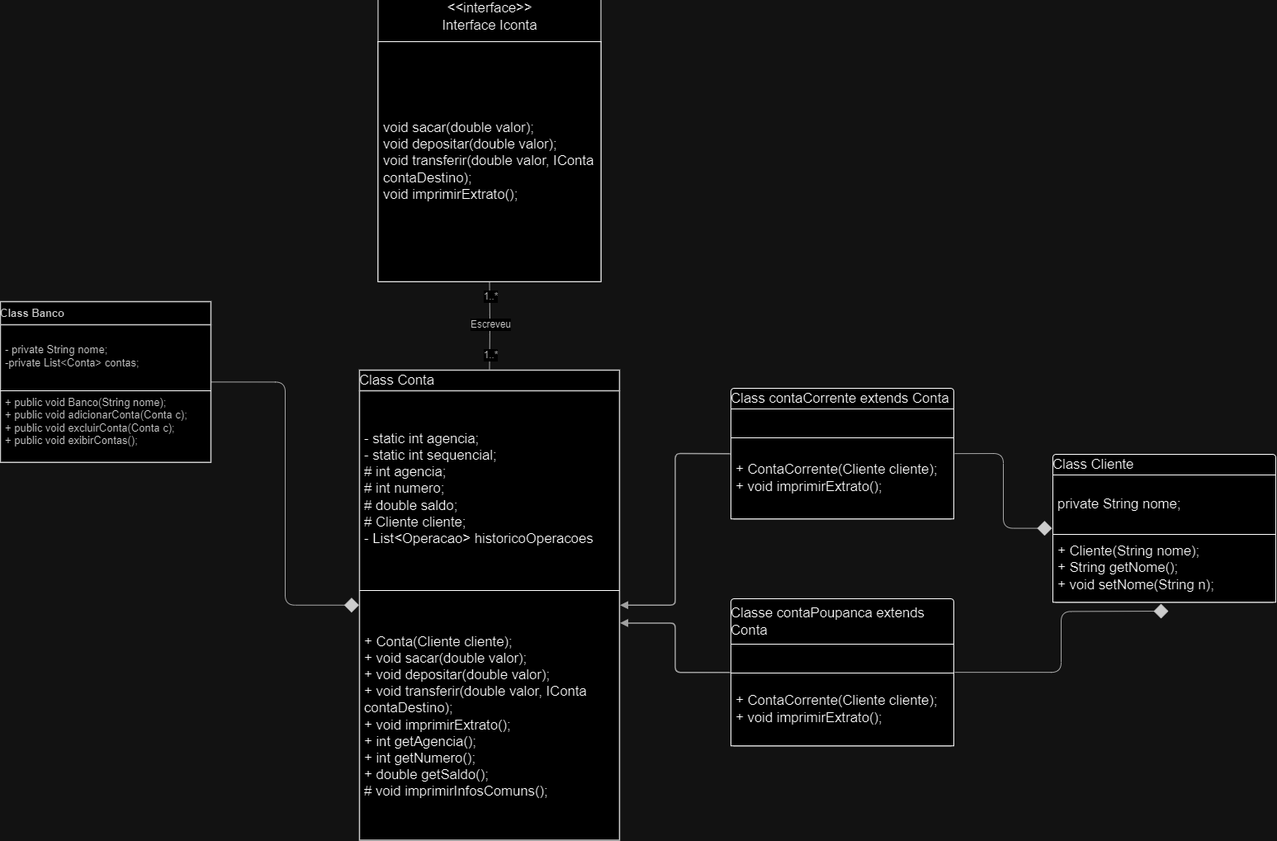
Above: ContaBancaria.drawio.png in jm-236/Conta-Bancaria (draw.io), before the change. Source tidied: cells renumbered, new cells last; positions are measured from the earlier drawing's top-left corner, leaving out a move shared by most shapes.
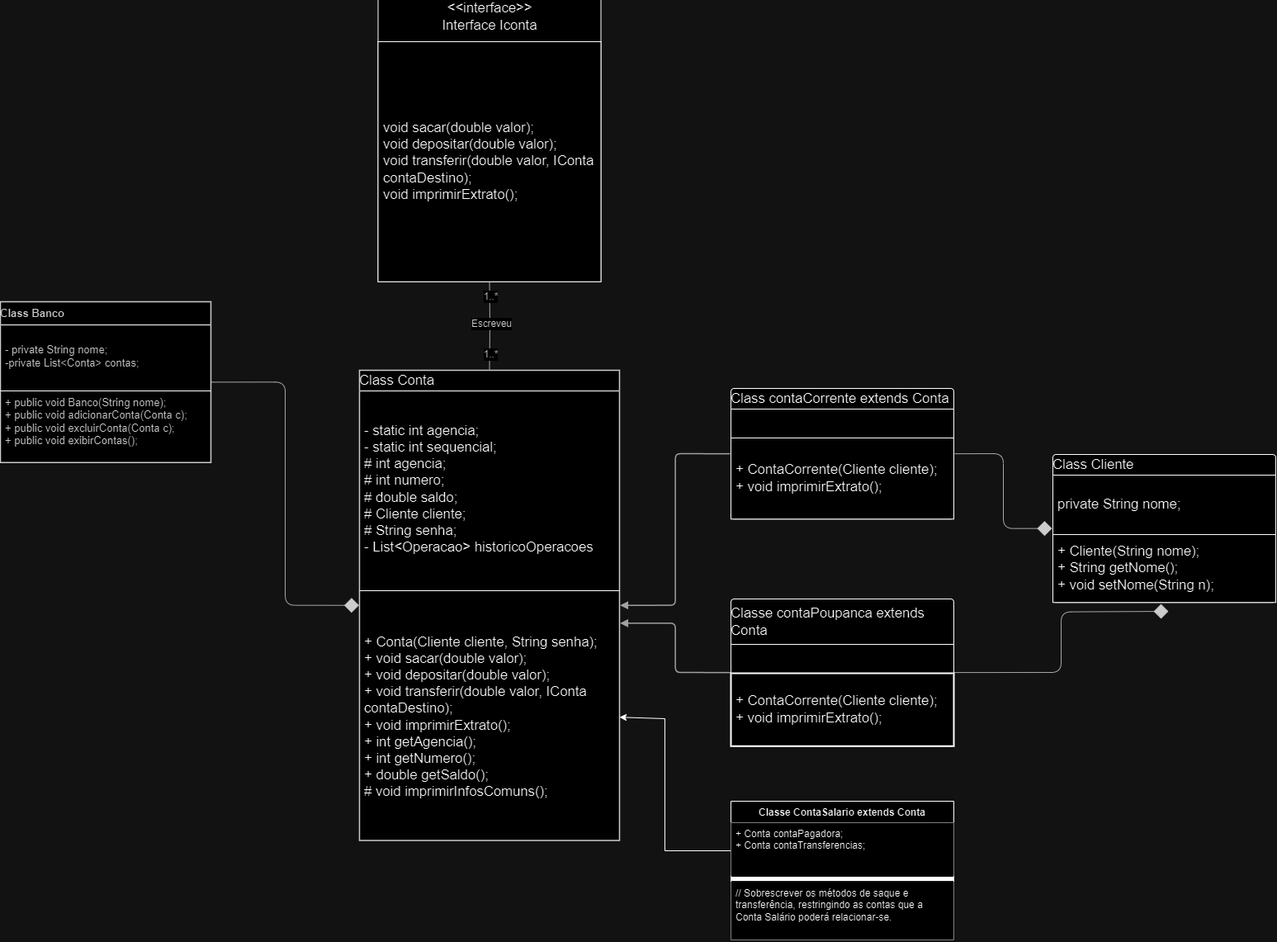
Later version of the same file.

Commit message:
Diagrama atualizado com conta Salaário

Change to the diagram source:
```diff
@@ -17,13 +17,13 @@
     <mxCell id="6" value="Class Conta" style="html=1;overflow=block;blockSpacing=1;swimlane;horizontal=1;fontStyle=0;swimlaneFillColor=#ffffff;startSize=25;whiteSpace=wrap;fontSize=16.7;align=left;spacing=0;strokeColor=#333333;strokeOpacity=100;strokeWidth=1.5;" parent="1" vertex="1">
       <mxGeometry x="435" y="458" width="315" height="569.5" as="geometry" />
     </mxCell>
-    <mxCell id="7" value="- static int agencia;&#10;- static int sequencial;&#10;# int agencia;&#10;# int numero;&#10;# double saldo;&#10;# Cliente cliente;&#10;- List&amp;lt;Operacao&amp;gt; historicoOperacoes" style="html=1;strokeColor=none;fillColor=none;align=left;verticalAlign=middle;spacingLeft=4;spacingRight=4;overflow=hidden;swimlaneFillColor=#ffffff;strokeOpacity=100;whiteSpace=wrap;fontSize=16.7;" parent="6" vertex="1">
+    <mxCell id="7" value="- static int agencia;&lt;br&gt;- static int sequencial;&lt;br&gt;# int agencia;&lt;br&gt;# int numero;&lt;br&gt;# double saldo;&lt;br&gt;# Cliente cliente;&lt;div&gt;# String senha;&lt;br&gt;- List&amp;lt;Operacao&amp;gt; historicoOperacoes&lt;/div&gt;" style="html=1;strokeColor=none;fillColor=none;align=left;verticalAlign=middle;spacingLeft=4;spacingRight=4;overflow=hidden;swimlaneFillColor=#ffffff;strokeOpacity=100;whiteSpace=wrap;fontSize=16.7;" parent="6" vertex="1">
       <mxGeometry y="25" width="315" height="238" as="geometry" />
     </mxCell>
     <mxCell id="8" style="line;strokeWidth=1;fillColor=none;align=left;verticalAlign=middle;spacingTop=-1;spacingLeft=3;spacingRight=3;labelPosition=right;" parent="6" vertex="1">
       <mxGeometry y="263" width="315" height="8" as="geometry" />
     </mxCell>
-    <mxCell id="9" value="+ Conta(Cliente cliente);&#10;+ void sacar(double valor);&#9;&#10;+ void depositar(double valor);&#9;&#10;+ void transferir(double valor, IConta contaDestino);&#10;+ void imprimirExtrato();&#10;+ int getAgencia();&#10;+ int getNumero();&#10;+ double getSaldo();&#10;# void imprimirInfosComuns();" style="html=1;strokeColor=none;fillColor=none;align=left;verticalAlign=middle;spacingLeft=4;spacingRight=4;overflow=hidden;points=[[0,0.5],[1,0.5]];portConstraint=eastwest;swimlaneFillColor=#ffffff;strokeOpacity=100;whiteSpace=wrap;fontSize=16.7;" parent="6" vertex="1">
+    <mxCell id="9" value="+ Conta(Cliente cliente, String senha);&lt;br&gt;+ void sacar(double valor);&#9;&lt;br&gt;+ void depositar(double valor);&#9;&lt;br&gt;+ void transferir(double valor, IConta contaDestino);&lt;br&gt;+ void imprimirExtrato();&lt;br&gt;+ int getAgencia();&lt;br&gt;+ int getNumero();&lt;br&gt;+ double getSaldo();&lt;br&gt;# void imprimirInfosComuns();" style="html=1;strokeColor=none;fillColor=none;align=left;verticalAlign=middle;spacingLeft=4;spacingRight=4;overflow=hidden;points=[[0,0.5],[1,0.5]];portConstraint=eastwest;swimlaneFillColor=#ffffff;strokeOpacity=100;whiteSpace=wrap;fontSize=16.7;" parent="6" vertex="1">
       <mxGeometry y="271" width="315" height="298.5" as="geometry" />
     </mxCell>
     <mxCell id="10" style="html=1;jettySize=18;whiteSpace=wrap;fontSize=13;strokeColor=#5E5E5E;strokeWidth=1.5;rounded=1;arcSize=12;edgeStyle=orthogonalEdgeStyle;startArrow=block;startFill=1;endArrow=none;exitX=1.002;exitY=0.5;exitPerimeter=0;entryX=-0.004;entryY=0.5;entryPerimeter=0;lucidId=ABDKjb4Exm~1;" parent="1" edge="1" source="6" target="11">
@@ -64,7 +64,7 @@
     <mxCell id="21" style="html=1;align=left;verticalAlign=middle;spacingLeft=4;spacingRight=4;overflow=hidden;swimlaneFillColor=#unset;whiteSpace=wrap;fontSize=13;" parent="20" vertex="1">
       <mxGeometry y="55" width="270" height="35" as="geometry" />
     </mxCell>
-    <mxCell id="22" value="+ ContaCorrente(Cliente cliente);&#10;+ void imprimirExtrato();" style="html=1;align=left;verticalAlign=middle;spacingLeft=4;spacingRight=4;overflow=hidden;swimlaneFillColor=#unset;whiteSpace=wrap;fontSize=16.7;" parent="20" vertex="1">
+    <mxCell id="22" value="+ ContaCorrente(Cliente cliente);&#10;+ void imprimirExtrato();" style="html=1;align=left;verticalAlign=middle;spacingLeft=4;spacingRight=4;overflow=hidden;swimlaneFillColor=#unset;whiteSpace=wrap;fontSize=16.7;strokeWidth=2;" parent="20" vertex="1">
       <mxGeometry y="90" width="270" height="88.2" as="geometry" />
     </mxCell>
     <mxCell id="23" style="html=1;jettySize=18;whiteSpace=wrap;fontSize=13;strokeColor=#333333;strokeOpacity=100;strokeWidth=0.8;rounded=1;arcSize=24;edgeStyle=orthogonalEdgeStyle;startArrow=none;endArrow=diamond;endFill=1;endSize=16;exitX=1.004;exitY=0.5;exitPerimeter=0;lucidId=lFFKUnk-9LTq;" parent="1" edge="1" source="20">
@@ -90,5 +90,26 @@
     <mxCell id="29" value="&lt;font style=&quot;background-color: rgb(255, 255, 255);&quot;&gt;void sacar(double valor);&#9;&lt;br&gt;void depositar(double valor);&#9;&lt;br&gt;void transferir(double valor, IConta contaDestino);&lt;br&gt;void imprimirExtrato();&lt;/font&gt;" style="html=1;align=left;verticalAlign=middle;spacingLeft=4;spacingRight=4;overflow=hidden;swimlaneFillColor=#unset;whiteSpace=wrap;fontSize=16.7;strokeColor=default;fontColor=default;" parent="28" vertex="1">
       <mxGeometry y="60" width="270" height="290.8" as="geometry" />
     </mxCell>
+    <mxCell id="30" style="endArrow=classic;html=1;rounded=0;exitX=1;exitY=0.5;exitDx=0;exitDy=0;entryX=1;entryY=0.5;entryDx=0;entryDy=0;" parent="1" edge="1" target="9">
+      <mxGeometry relative="1" as="geometry">
+        <mxPoint x="885" y="1040" as="sourcePoint" />
+        <Array as="points">
+          <mxPoint x="805" y="1040" />
+          <mxPoint x="805" y="880" />
+        </Array>
+      </mxGeometry>
+    </mxCell>
+    <mxCell id="31" value="Classe ContaSalario extends Conta" style="swimlane;fontStyle=1;align=center;verticalAlign=top;horizontal=1;startSize=26;whiteSpace=wrap;html=1;labelBackgroundColor=default;" parent="1" vertex="1">
+      <mxGeometry x="885" y="980" width="270" height="168" as="geometry" />
+    </mxCell>
+    <mxCell id="32" value="+ Conta contaPagadora;&lt;div&gt;+ Conta contaTransferencias;&lt;/div&gt;" style="text;align=left;verticalAlign=top;spacingLeft=4;spacingRight=4;overflow=hidden;whiteSpace=wrap;html=1;labelBackgroundColor=default;fillColor=default;" parent="31" vertex="1">
+      <mxGeometry y="26" width="270" height="64" as="geometry" />
+    </mxCell>
+    <mxCell id="33" style="line;strokeWidth=5;align=left;verticalAlign=middle;spacingTop=-1;spacingLeft=3;spacingRight=3;labelPosition=right;strokeColor=default;" parent="31" vertex="1">
+      <mxGeometry y="90" width="270" height="8" as="geometry" />
+    </mxCell>
+    <mxCell id="34" value="// Sobrescrever os métodos de saque e transferência, restringindo as contas que a Conta Salário poderá relacionar-se." style="text;strokeColor=none;fillColor=default;align=left;verticalAlign=top;spacingLeft=4;spacingRight=4;overflow=hidden;whiteSpace=wrap;html=1;labelBackgroundColor=default;" parent="31" vertex="1">
+      <mxGeometry y="98" width="270" height="70" as="geometry" />
+    </mxCell>
   </root>
 </mxGraphModel>
```
